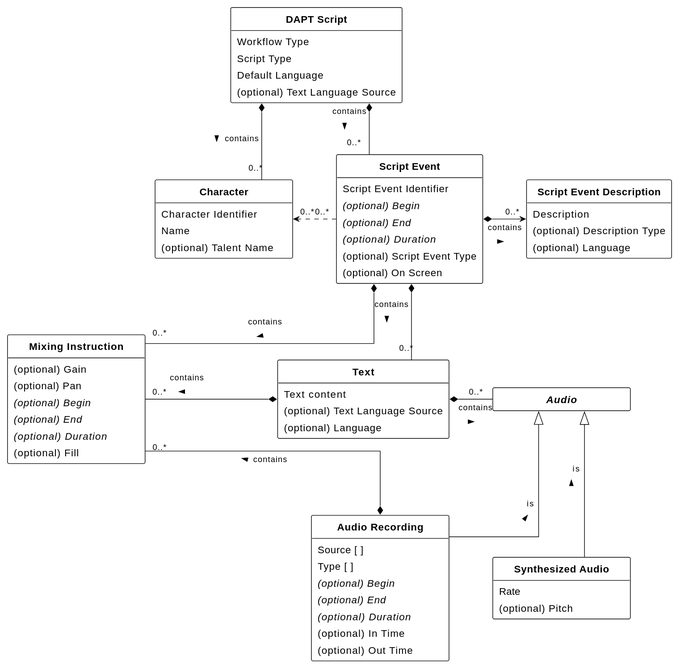
This is figures/class-diagram.svg from w3c/dapt, a PlantUML export, as it was before one commit.
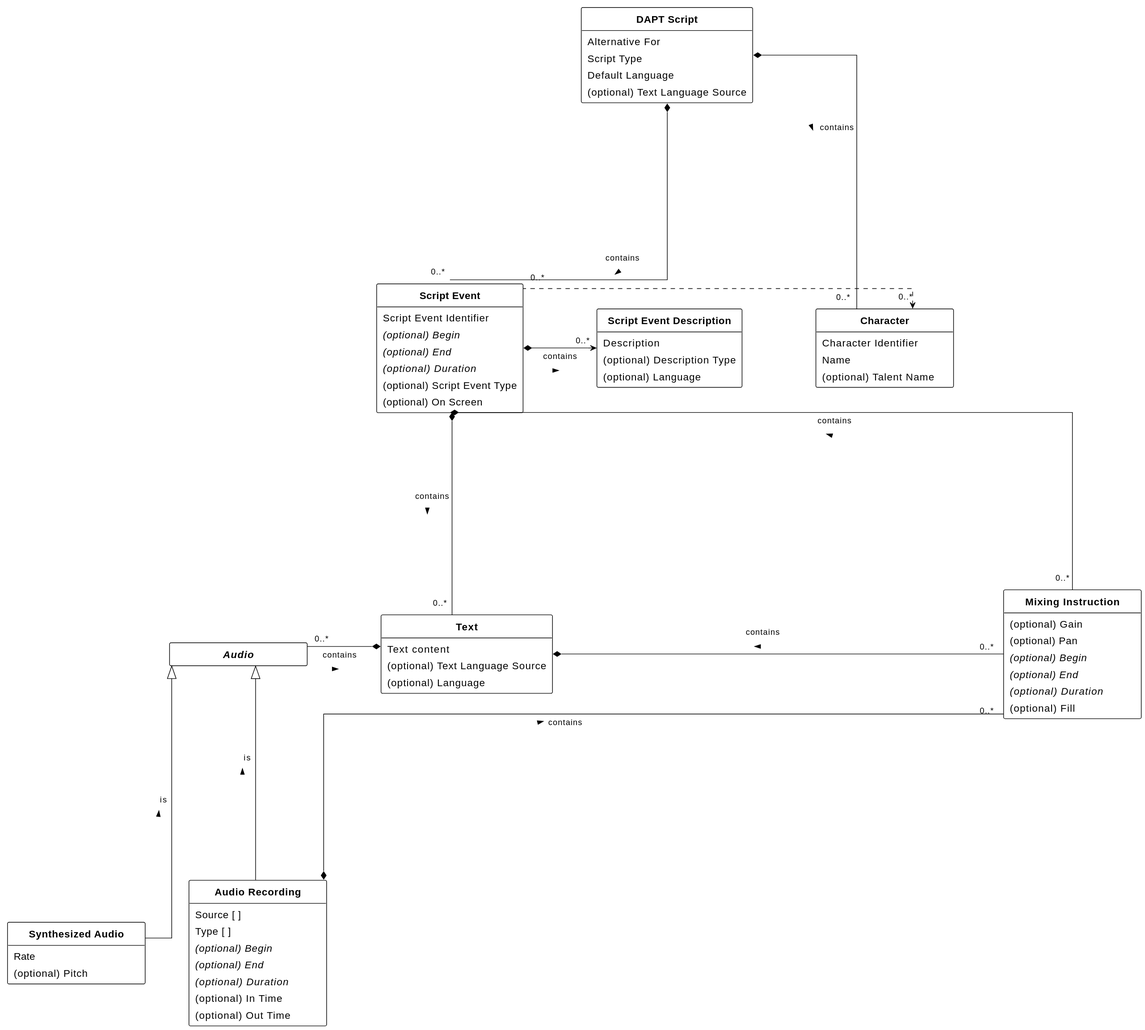
Above is the later version.

Change to the diagram source:
```diff
@@ -1,4 +1,4 @@
-@startuml
+@startuml class-diagram
 !theme plain
 !pragma ratio 1
 skinparam linetype ortho
@@ -8,11 +8,11 @@
 skinparam ArrowMessageAlignment direction
 skinparam Padding 4
 skinparam Nodesep 70
-skinparam Ranksep 80
+skinparam Ranksep 2
 skinparam MinClassWidth 220
 
 Class DAPTScript as "**DAPT Script**" [[#dapt-script]] {
-    Workflow Type [[[#workflow-type]]]
+    Alternative For [[[#alternative-for]]]
     Script Type [[[#script-type]]]
     Default Language [[[#default-language]]]
     {field} (optional) Text Language Source [[[#text-language-source]]]
@@ -47,6 +47,15 @@
     }
 }
 
+class MixingInstruction as "**Mixing Instruction**" [[#dfn-mixing-instruction]] {
+    {field} (optional) Gain [[[#dfn-gain]]]
+    {field} (optional) Pan [[[#dfn-pan]]]
+    {field} {abstract} (optional) Begin [[[#dfn-begin]]]
+    {field} {abstract} (optional) End [[[#dfn-end]]]
+    {field} {abstract} (optional) Duration [[[#dfn-duration]]]
+    {field} (optional) Fill [[[#dfn-fill]]]
+}
+
 together {
     abstract Class Audio as "**Audio**" [[#dfn-audio]] {
     }
@@ -68,23 +77,15 @@
 
 }
 
-class MixingInstruction as "**Mixing Instruction**" [[#dfn-mixing-instruction]] {
-    {field} (optional) Gain [[[#dfn-gain]]]
-    {field} (optional) Pan [[[#dfn-pan]]]
-    {field} {abstract} (optional) Begin [[[#dfn-begin]]]
-    {field} {abstract} (optional) End [[[#dfn-end]]]
-    {field} {abstract} (optional) Duration [[[#dfn-duration]]]
-    {field} (optional) Fill [[[#dfn-fill]]]
-}
-
+MixingInstruction -[hidden]r-AudioRecording
 
 
 DAPTScript *-down- "0..* " ScriptEvent : contains\n >
 DAPTScript *-- "0..*" Character : contains >
-ScriptEvent *-down- "0..*" MixingInstruction : contains\n >
-Text *-left- "0..* " Audio : contains\n <
-Text *-- "0..* " MixingInstruction : contains\n >
-Character "0..*" <.right. "0..*" ScriptEvent
+ScriptEvent *-left- "0..*" MixingInstruction : contains\n >
+Text *-right- "0..* " Audio : contains\n <
+Text *-left- "0..* " MixingInstruction : contains\n >
+ScriptEvent "0..*" .left.> "0..*" Character
 ScriptEvent *-left> "0..*" ScriptEventDescription : contains\n <
 ScriptEvent *-down- "0..*" Text : contains\n >
 AudioRecording *-- "0..* " MixingInstruction : contains >
@@ -93,8 +94,9 @@
 
 SynthesizedAudio -[hidden]r- AudioRecording
 
-AudioRecording -[hidden]left- SynthesizedAudio
-Audio -[hidden]left- MixingInstruction
+Text -[hidden]down- Audio
+AudioRecording -[hidden]right- SynthesizedAudio
+ScriptEventDescription -[hidden]down- MixingInstruction
 
 hide empty members
 hide circle
```
